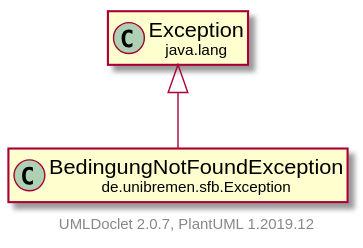
This is doc/UML/modulsichtSVG/BedingungNotFoundException.svg from fkehlenb/softwareprojekt-2, a PlantUML export, as it was before one commit.
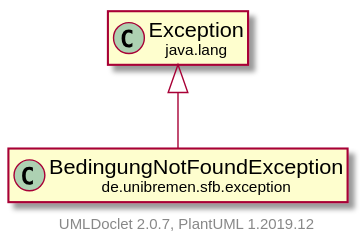
After the change.

Change to the diagram source:
```diff
@@ -3,11 +3,11 @@
     hide empty fields
     hide empty methods
 
-    class "<size:14>BedingungNotFoundException\n<size:10>de.unibremen.sfb.Exception" as de.unibremen.sfb.Exception.BedingungNotFoundException [[BedingungNotFoundException.html]]
+    class "<size:14>BedingungNotFoundException\n<size:10>de.unibremen.sfb.exception" as de.unibremen.sfb.exception.BedingungNotFoundException [[BedingungNotFoundException.html]]
 
-    class "<size:14>Exception\n<size:10>java.lang" as java.lang.Exception [[https://docs.oracle.com/en/java/javase/11/docs/api/java.base/java/lang/Exception.html?is-external=true]]
+    class "<size:14>exception\n<size:10>java.lang" as java.lang.exception [[https://docs.oracle.com/en/java/javase/11/docs/api/java.base/java/lang/Exception.html?is-external=true]]
 
-    java.lang.Exception <|-- de.unibremen.sfb.Exception.BedingungNotFoundException
+    java.lang.exception <|-- de.unibremen.sfb.exception.BedingungNotFoundException
 
     center footer UMLDoclet 2.0.7, PlantUML 1.2019.12
 @enduml
```
